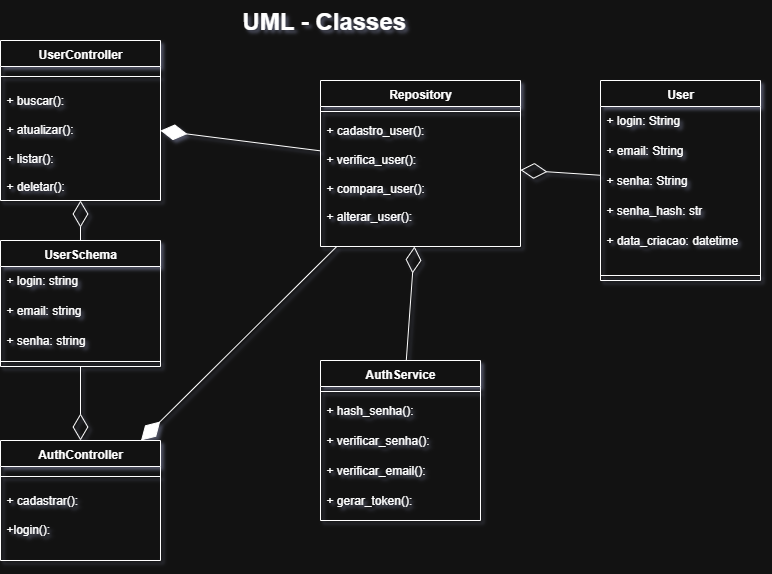
Before: imgs/diagrama_classes.png, a diagram exported from draw.io (Inatel-S03-2025-2/Projeto_Tema1_Equipe7). Source tidied: cells renumbered, new cells last; positions are measured from the earlier drawing's top-left corner, leaving out a move shared by most shapes.
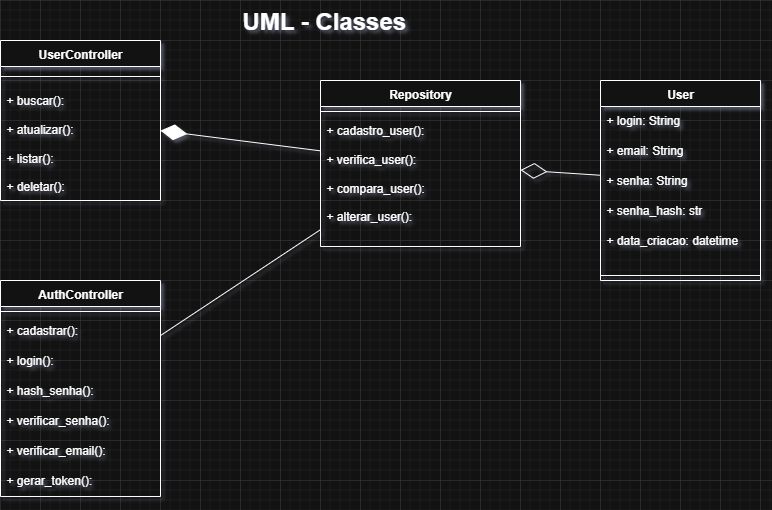
The same file after the commit.

The edit, as a diff of the source:
```diff
@@ -44,64 +44,37 @@
     <mxCell id="15" style="line;strokeWidth=1;fillColor=none;align=left;verticalAlign=middle;spacingTop=-1;spacingLeft=3;spacingRight=3;labelPosition=right;strokeColor=inherit;fontFamily=Helvetica;" parent="9" vertex="1">
       <mxGeometry y="190" width="160" height="10" as="geometry" />
     </mxCell>
-    <mxCell id="16" value="AuthService" style="swimlane;fontStyle=1;align=center;verticalAlign=top;horizontal=1;startSize=26;whiteSpace=wrap;html=1;fontFamily=Helvetica;" parent="1" vertex="1">
-      <mxGeometry x="320" y="360" width="160" height="160" as="geometry" />
+    <mxCell id="16" value="AuthController" style="swimlane;fontStyle=1;align=center;verticalAlign=top;horizontal=1;startSize=26;whiteSpace=wrap;html=1;fontFamily=Helvetica;" parent="1" vertex="1">
+      <mxGeometry y="280" width="160" height="216" as="geometry" />
     </mxCell>
     <mxCell id="17" style="line;strokeWidth=1;fillColor=none;align=left;verticalAlign=middle;spacingTop=-1;spacingLeft=3;spacingRight=3;labelPosition=right;strokeColor=inherit;fontFamily=Helvetica;" parent="16" vertex="1">
       <mxGeometry y="26" width="160" height="10" as="geometry" />
     </mxCell>
+    <mxCell id="36" value="+ cadastrar():" style="text;strokeColor=none;fillColor=none;align=left;verticalAlign=top;spacingLeft=4;spacingRight=4;overflow=hidden;whiteSpace=wrap;html=1;fontFamily=Helvetica;" parent="16" vertex="1">
+      <mxGeometry y="36" width="160" height="30" as="geometry" />
+    </mxCell>
+    <mxCell id="37" value="+ login():" style="text;strokeColor=none;fillColor=none;align=left;verticalAlign=top;spacingLeft=4;spacingRight=4;overflow=hidden;whiteSpace=wrap;html=1;fontFamily=Helvetica;" parent="16" vertex="1">
+      <mxGeometry y="66" width="160" height="30" as="geometry" />
+    </mxCell>
     <mxCell id="18" value="+ hash_senha():" style="text;strokeColor=none;fillColor=none;align=left;verticalAlign=top;spacingLeft=4;spacingRight=4;overflow=hidden;whiteSpace=wrap;html=1;fontFamily=Helvetica;" parent="16" vertex="1">
-      <mxGeometry y="36" width="160" height="30" as="geometry" />
+      <mxGeometry y="96" width="160" height="30" as="geometry" />
     </mxCell>
     <mxCell id="19" value="+ verificar_senha():" style="text;strokeColor=none;fillColor=none;align=left;verticalAlign=top;spacingLeft=4;spacingRight=4;overflow=hidden;whiteSpace=wrap;html=1;fontFamily=Helvetica;" parent="16" vertex="1">
-      <mxGeometry y="66" width="160" height="30" as="geometry" />
+      <mxGeometry y="126" width="160" height="30" as="geometry" />
     </mxCell>
     <mxCell id="20" value="+ verificar_email():" style="text;strokeColor=none;fillColor=none;align=left;verticalAlign=top;spacingLeft=4;spacingRight=4;overflow=hidden;whiteSpace=wrap;html=1;fontFamily=Helvetica;" parent="16" vertex="1">
-      <mxGeometry y="96" width="160" height="30" as="geometry" />
+      <mxGeometry y="156" width="160" height="30" as="geometry" />
     </mxCell>
     <mxCell id="21" value="+ gerar_token():" style="text;strokeColor=none;fillColor=none;align=left;verticalAlign=top;spacingLeft=4;spacingRight=4;overflow=hidden;whiteSpace=wrap;html=1;fontFamily=Helvetica;" parent="16" vertex="1">
-      <mxGeometry y="126" width="160" height="34" as="geometry" />
+      <mxGeometry y="186" width="160" height="30" as="geometry" />
     </mxCell>
-    <mxCell id="22" value="UserSchema" style="swimlane;fontStyle=1;align=center;verticalAlign=top;horizontal=1;startSize=26;whiteSpace=wrap;html=1;fontFamily=Helvetica;" parent="1" vertex="1">
-      <mxGeometry y="240" width="160" height="126" as="geometry" />
-    </mxCell>
-    <mxCell id="23" value="+ login: string" style="text;strokeColor=none;fillColor=none;align=left;verticalAlign=top;spacingLeft=4;spacingRight=4;overflow=hidden;whiteSpace=wrap;html=1;fontFamily=Helvetica;" parent="22" vertex="1">
-      <mxGeometry y="26" width="160" height="30" as="geometry" />
-    </mxCell>
-    <mxCell id="24" value="+ email: string" style="text;strokeColor=none;fillColor=none;align=left;verticalAlign=top;spacingLeft=4;spacingRight=4;overflow=hidden;whiteSpace=wrap;html=1;fontFamily=Helvetica;" parent="22" vertex="1">
-      <mxGeometry y="56" width="160" height="30" as="geometry" />
-    </mxCell>
-    <mxCell id="25" value="+ senha: string" style="text;strokeColor=none;fillColor=none;align=left;verticalAlign=top;spacingLeft=4;spacingRight=4;overflow=hidden;whiteSpace=wrap;html=1;fontFamily=Helvetica;" parent="22" vertex="1">
-      <mxGeometry y="86" width="160" height="30" as="geometry" />
-    </mxCell>
-    <mxCell id="26" style="line;strokeWidth=1;fillColor=none;align=left;verticalAlign=middle;spacingTop=-1;spacingLeft=3;spacingRight=3;labelPosition=right;strokeColor=inherit;fontFamily=Helvetica;" parent="22" vertex="1">
-      <mxGeometry y="116" width="160" height="10" as="geometry" />
-    </mxCell>
     <mxCell id="27" style="endArrow=diamondThin;endFill=0;endSize=24;html=1;rounded=0;" parent="1" edge="1" source="9" target="3">
       <mxGeometry relative="1" as="geometry" />
     </mxCell>
     <mxCell id="28" style="endArrow=diamondThin;endFill=1;endSize=24;html=1;rounded=0;" parent="1" edge="1" source="3" target="6">
       <mxGeometry relative="1" as="geometry" />
     </mxCell>
-    <mxCell id="29" style="endArrow=diamondThin;endFill=0;endSize=24;html=1;rounded=0;" parent="1" edge="1" source="22" target="6">
-      <mxGeometry relative="1" as="geometry" />
-    </mxCell>
-    <mxCell id="30" value="AuthController" style="swimlane;fontStyle=1;align=center;verticalAlign=top;horizontal=1;startSize=26;whiteSpace=wrap;html=1;fontFamily=Helvetica;" parent="1" vertex="1">
-      <mxGeometry y="440" width="160" height="120" as="geometry" />
-    </mxCell>
-    <mxCell id="31" style="line;strokeWidth=1;fillColor=none;align=left;verticalAlign=middle;spacingTop=-1;spacingLeft=3;spacingRight=3;labelPosition=right;strokeColor=inherit;fontFamily=Helvetica;" parent="30" vertex="1">
-      <mxGeometry y="26" width="160" height="20" as="geometry" />
-    </mxCell>
-    <mxCell id="32" value="+ cadastrar():&lt;br&gt;&lt;br&gt;+login():" style="text;strokeColor=none;fillColor=none;align=left;verticalAlign=top;spacingLeft=4;spacingRight=4;overflow=hidden;whiteSpace=wrap;html=1;fontFamily=Helvetica;" parent="30" vertex="1">
-      <mxGeometry y="46" width="160" height="74" as="geometry" />
-    </mxCell>
-    <mxCell id="33" style="endArrow=diamondThin;endFill=1;endSize=24;html=1;rounded=0;" parent="1" edge="1" source="3" target="30">
-      <mxGeometry relative="1" as="geometry" />
-    </mxCell>
-    <mxCell id="34" style="endArrow=diamondThin;endFill=0;endSize=24;html=1;rounded=0;" parent="1" edge="1" source="22" target="30">
-      <mxGeometry relative="1" as="geometry" />
-    </mxCell>
-    <mxCell id="35" style="endArrow=diamondThin;endFill=0;endSize=24;html=1;rounded=0;" parent="1" edge="1" source="16" target="3">
+    <mxCell id="35" style="endArrow=none;html=1;rounded=0;" parent="1" edge="1" source="16" target="3">
       <mxGeometry relative="1" as="geometry" />
     </mxCell>
   </root>
```
